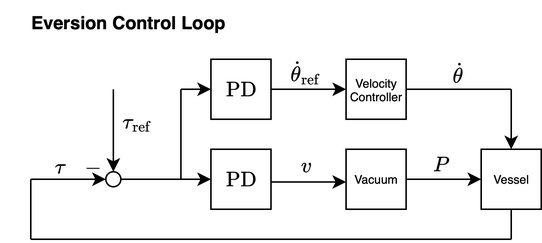
This is docs/images/eversion_control_loop.png from GentleCare-SW/GentleRepo, a draw.io export, as it was before one commit. Source tidied: cells renumbered, new cells last; positions are measured from the earlier drawing's top-left corner, leaving out a move shared by most shapes. Its diagram source:
```xml
<mxGraphModel math="1">
  <root>
    <mxCell id="0" />
    <mxCell id="1" parent="0" />
    <mxCell id="2" value="$$\text{PD}$$" style="rounded=0;whiteSpace=wrap;html=1;" parent="1" vertex="1">
      <mxGeometry x="140" y="100" width="40" height="40" as="geometry" />
    </mxCell>
    <mxCell id="3" style="endArrow=classic;html=1;rounded=0;" parent="1" edge="1">
      <mxGeometry relative="1" as="geometry">
        <mxPoint x="20" y="120" as="sourcePoint" />
        <mxPoint x="70" y="120" as="targetPoint" />
      </mxGeometry>
    </mxCell>
    <mxCell id="4" value="$$\tau$$" style="text;html=1;align=center;verticalAlign=middle;whiteSpace=wrap;rounded=0;" parent="1" vertex="1">
      <mxGeometry x="31" y="101" width="17" height="20" as="geometry" />
    </mxCell>
    <mxCell id="5" style="ellipse;whiteSpace=wrap;html=1;" parent="1" vertex="1">
      <mxGeometry x="70" y="115" width="10" height="10" as="geometry" />
    </mxCell>
    <mxCell id="6" style="endArrow=classic;html=1;rounded=0;" parent="1" edge="1">
      <mxGeometry relative="1" as="geometry">
        <mxPoint x="75" y="60" as="sourcePoint" />
        <mxPoint x="75" y="115" as="targetPoint" />
      </mxGeometry>
    </mxCell>
    <mxCell id="7" value="$$\tau_{\text{ref}}$$" style="text;html=1;align=center;verticalAlign=middle;whiteSpace=wrap;rounded=0;" parent="1" vertex="1">
      <mxGeometry x="78" y="71" width="25" height="20" as="geometry" />
    </mxCell>
    <mxCell id="8" value="$$-$$" style="text;html=1;align=center;verticalAlign=middle;whiteSpace=wrap;rounded=0;" parent="1" vertex="1">
      <mxGeometry x="52" y="107" width="19" height="8" as="geometry" />
    </mxCell>
    <mxCell id="9" style="endArrow=classic;html=1;rounded=0;exitX=1;exitY=0.5;exitDx=0;exitDy=0;" parent="1" edge="1" source="5">
      <mxGeometry relative="1" as="geometry">
        <mxPoint x="140" y="120" as="targetPoint" />
      </mxGeometry>
    </mxCell>
    <mxCell id="10" value="$$\text{PD}$$" style="rounded=0;whiteSpace=wrap;html=1;" parent="1" vertex="1">
      <mxGeometry x="140" y="40" width="40" height="40" as="geometry" />
    </mxCell>
    <mxCell id="11" style="endArrow=none;html=1;rounded=0;endFill=0;" parent="1" edge="1">
      <mxGeometry relative="1" as="geometry">
        <mxPoint x="120" y="120" as="sourcePoint" />
        <mxPoint x="120" y="60" as="targetPoint" />
      </mxGeometry>
    </mxCell>
    <mxCell id="12" style="endArrow=classic;html=1;rounded=0;entryX=0;entryY=0.5;entryDx=0;entryDy=0;" parent="1" edge="1" target="10">
      <mxGeometry relative="1" as="geometry">
        <mxPoint x="120" y="60" as="sourcePoint" />
      </mxGeometry>
    </mxCell>
    <mxCell id="13" style="endArrow=classic;html=1;rounded=0;exitX=1;exitY=0.5;exitDx=0;exitDy=0;" parent="1" edge="1" source="10">
      <mxGeometry relative="1" as="geometry">
        <mxPoint x="230" y="60" as="targetPoint" />
      </mxGeometry>
    </mxCell>
    <mxCell id="14" value="$$\dot{\theta}_{\text{ref}}$$" style="text;html=1;align=center;verticalAlign=middle;whiteSpace=wrap;rounded=0;" parent="1" vertex="1">
      <mxGeometry x="186" y="38" width="34" height="20" as="geometry" />
    </mxCell>
    <mxCell id="15" value="Velocity Controller" style="rounded=0;whiteSpace=wrap;html=1;fontSize=8;" parent="1" vertex="1">
      <mxGeometry x="230" y="40" width="40" height="40" as="geometry" />
    </mxCell>
    <mxCell id="16" style="endArrow=none;html=1;rounded=0;exitX=1;exitY=0.5;exitDx=0;exitDy=0;endFill=0;" parent="1" edge="1" source="15">
      <mxGeometry relative="1" as="geometry">
        <mxPoint x="340" y="60" as="targetPoint" />
      </mxGeometry>
    </mxCell>
    <mxCell id="17" value="$$\dot{\theta}$$" style="text;html=1;align=center;verticalAlign=middle;whiteSpace=wrap;rounded=0;" parent="1" vertex="1">
      <mxGeometry x="287" y="39" width="34" height="20" as="geometry" />
    </mxCell>
    <mxCell id="18" value="Vacuum" style="rounded=0;whiteSpace=wrap;html=1;fontSize=8;" parent="1" vertex="1">
      <mxGeometry x="230" y="100" width="40" height="40" as="geometry" />
    </mxCell>
    <mxCell id="19" style="endArrow=classic;html=1;rounded=0;exitX=1;exitY=0.5;exitDx=0;exitDy=0;" parent="1" edge="1">
      <mxGeometry relative="1" as="geometry">
        <mxPoint x="180" y="121.8" as="sourcePoint" />
        <mxPoint x="230" y="121.8" as="targetPoint" />
      </mxGeometry>
    </mxCell>
    <mxCell id="20" value="$$v$$" style="text;html=1;align=center;verticalAlign=middle;whiteSpace=wrap;rounded=0;" parent="1" vertex="1">
      <mxGeometry x="186" y="99.8" width="34" height="20" as="geometry" />
    </mxCell>
    <mxCell id="21" value="Vessel" style="rounded=0;whiteSpace=wrap;html=1;fontSize=8;" parent="1" vertex="1">
      <mxGeometry x="320" y="100" width="40" height="40" as="geometry" />
    </mxCell>
    <mxCell id="22" style="endArrow=classic;html=1;rounded=0;entryX=0;entryY=0.5;entryDx=0;entryDy=0;exitX=1;exitY=0.5;exitDx=0;exitDy=0;" parent="1" edge="1" source="18" target="21">
      <mxGeometry relative="1" as="geometry" />
    </mxCell>
    <mxCell id="23" value="$$P$$" style="text;html=1;align=center;verticalAlign=middle;whiteSpace=wrap;rounded=0;" parent="1" vertex="1">
      <mxGeometry x="276" y="100" width="34" height="20" as="geometry" />
    </mxCell>
    <mxCell id="24" style="endArrow=classic;html=1;rounded=0;entryX=0.5;entryY=0;entryDx=0;entryDy=0;" parent="1" edge="1" target="21">
      <mxGeometry relative="1" as="geometry">
        <mxPoint x="340" y="60" as="sourcePoint" />
      </mxGeometry>
    </mxCell>
    <mxCell id="25" style="endArrow=none;html=1;rounded=0;exitX=0.5;exitY=1;exitDx=0;exitDy=0;endFill=0;" parent="1" edge="1" source="21">
      <mxGeometry relative="1" as="geometry">
        <mxPoint x="340" y="160" as="targetPoint" />
      </mxGeometry>
    </mxCell>
    <mxCell id="26" style="endArrow=none;html=1;rounded=0;endFill=0;" parent="1" edge="1">
      <mxGeometry relative="1" as="geometry">
        <mxPoint x="340" y="160" as="sourcePoint" />
        <mxPoint x="20" y="160" as="targetPoint" />
      </mxGeometry>
    </mxCell>
    <mxCell id="27" style="endArrow=none;html=1;rounded=0;endFill=0;" parent="1" edge="1">
      <mxGeometry relative="1" as="geometry">
        <mxPoint x="20" y="160" as="sourcePoint" />
        <mxPoint x="20" y="120" as="targetPoint" />
      </mxGeometry>
    </mxCell>
    <mxCell id="28" value="&lt;b&gt;Eversion Control Loop&lt;/b&gt;" style="text;html=1;align=center;verticalAlign=middle;whiteSpace=wrap;rounded=0;" parent="1" vertex="1">
      <mxGeometry width="170" height="30" as="geometry" />
    </mxCell>
  </root>
</mxGraphModel>
```
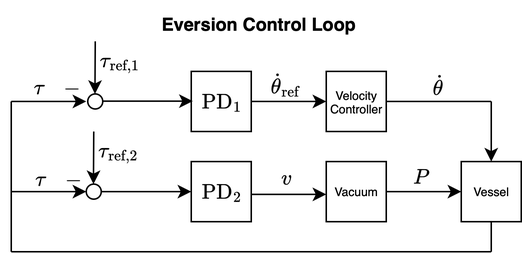
The same file after the commit.

Change to the diagram source:
```diff
@@ -2,7 +2,7 @@
   <root>
     <mxCell id="0" />
     <mxCell id="1" parent="0" />
-    <mxCell id="2" value="$$\text{PD}$$" style="rounded=0;whiteSpace=wrap;html=1;" parent="1" vertex="1">
+    <mxCell id="2" value="$$\text{PD}_2$$" style="rounded=0;whiteSpace=wrap;html=1;" parent="1" vertex="1">
       <mxGeometry x="140" y="100" width="40" height="40" as="geometry" />
     </mxCell>
     <mxCell id="3" style="endArrow=classic;html=1;rounded=0;" parent="1" edge="1">
@@ -19,12 +19,12 @@
     </mxCell>
     <mxCell id="6" style="endArrow=classic;html=1;rounded=0;" parent="1" edge="1">
       <mxGeometry relative="1" as="geometry">
-        <mxPoint x="75" y="60" as="sourcePoint" />
-        <mxPoint x="75" y="115" as="targetPoint" />
+        <mxPoint x="76" y="20" as="sourcePoint" />
+        <mxPoint x="75.8" y="55" as="targetPoint" />
       </mxGeometry>
     </mxCell>
-    <mxCell id="7" value="$$\tau_{\text{ref}}$$" style="text;html=1;align=center;verticalAlign=middle;whiteSpace=wrap;rounded=0;" parent="1" vertex="1">
-      <mxGeometry x="78" y="71" width="25" height="20" as="geometry" />
+    <mxCell id="7" value="$$\tau_{\text{ref},1}$$" style="text;html=1;align=center;verticalAlign=middle;whiteSpace=wrap;rounded=0;" parent="1" vertex="1">
+      <mxGeometry x="80" y="23" width="25" height="20" as="geometry" />
     </mxCell>
     <mxCell id="8" value="$$-$$" style="text;html=1;align=center;verticalAlign=middle;whiteSpace=wrap;rounded=0;" parent="1" vertex="1">
       <mxGeometry x="52" y="107" width="19" height="8" as="geometry" />
@@ -34,20 +34,9 @@
         <mxPoint x="140" y="120" as="targetPoint" />
       </mxGeometry>
     </mxCell>
-    <mxCell id="10" value="$$\text{PD}$$" style="rounded=0;whiteSpace=wrap;html=1;" parent="1" vertex="1">
+    <mxCell id="10" value="$$\text{PD}_1$$" style="rounded=0;whiteSpace=wrap;html=1;" parent="1" vertex="1">
       <mxGeometry x="140" y="40" width="40" height="40" as="geometry" />
     </mxCell>
-    <mxCell id="11" style="endArrow=none;html=1;rounded=0;endFill=0;" parent="1" edge="1">
-      <mxGeometry relative="1" as="geometry">
-        <mxPoint x="120" y="120" as="sourcePoint" />
-        <mxPoint x="120" y="60" as="targetPoint" />
-      </mxGeometry>
-    </mxCell>
-    <mxCell id="12" style="endArrow=classic;html=1;rounded=0;entryX=0;entryY=0.5;entryDx=0;entryDy=0;" parent="1" edge="1" target="10">
-      <mxGeometry relative="1" as="geometry">
-        <mxPoint x="120" y="60" as="sourcePoint" />
-      </mxGeometry>
-    </mxCell>
     <mxCell id="13" style="endArrow=classic;html=1;rounded=0;exitX=1;exitY=0.5;exitDx=0;exitDy=0;" parent="1" edge="1" source="10">
       <mxGeometry relative="1" as="geometry">
         <mxPoint x="230" y="60" as="targetPoint" />
@@ -107,11 +96,41 @@
     <mxCell id="27" style="endArrow=none;html=1;rounded=0;endFill=0;" parent="1" edge="1">
       <mxGeometry relative="1" as="geometry">
         <mxPoint x="20" y="160" as="sourcePoint" />
-        <mxPoint x="20" y="120" as="targetPoint" />
+        <mxPoint x="20" y="60" as="targetPoint" />
       </mxGeometry>
     </mxCell>
     <mxCell id="28" value="&lt;b&gt;Eversion Control Loop&lt;/b&gt;" style="text;html=1;align=center;verticalAlign=middle;whiteSpace=wrap;rounded=0;" parent="1" vertex="1">
-      <mxGeometry width="170" height="30" as="geometry" />
+      <mxGeometry x="100" y="-7" width="170" height="30" as="geometry" />
     </mxCell>
+    <mxCell id="29" style="ellipse;whiteSpace=wrap;html=1;" parent="1" vertex="1">
+      <mxGeometry x="71" y="55" width="10" height="10" as="geometry" />
+    </mxCell>
+    <mxCell id="30" style="endArrow=classic;html=1;rounded=0;exitX=1;exitY=0.5;exitDx=0;exitDy=0;" parent="1" edge="1">
+      <mxGeometry relative="1" as="geometry">
+        <mxPoint x="81" y="59.8" as="sourcePoint" />
+        <mxPoint x="141" y="59.8" as="targetPoint" />
+      </mxGeometry>
+    </mxCell>
+    <mxCell id="31" value="$$\tau_{\text{ref},2}$$" style="text;html=1;align=center;verticalAlign=middle;whiteSpace=wrap;rounded=0;" parent="1" vertex="1">
+      <mxGeometry x="79" y="83" width="25" height="20" as="geometry" />
+    </mxCell>
+    <mxCell id="32" style="endArrow=classic;html=1;rounded=0;" parent="1" edge="1">
+      <mxGeometry relative="1" as="geometry">
+        <mxPoint x="75" y="80" as="sourcePoint" />
+        <mxPoint x="74.8" y="115" as="targetPoint" />
+      </mxGeometry>
+    </mxCell>
+    <mxCell id="33" style="endArrow=classic;html=1;rounded=0;endFill=1;" parent="1" edge="1">
+      <mxGeometry relative="1" as="geometry">
+        <mxPoint x="20" y="60" as="sourcePoint" />
+        <mxPoint x="70" y="60" as="targetPoint" />
+      </mxGeometry>
+    </mxCell>
+    <mxCell id="34" value="$$\tau$$" style="text;html=1;align=center;verticalAlign=middle;whiteSpace=wrap;rounded=0;" parent="1" vertex="1">
+      <mxGeometry x="30" y="40" width="17" height="20" as="geometry" />
+    </mxCell>
+    <mxCell id="35" value="$$-$$" style="text;html=1;align=center;verticalAlign=middle;whiteSpace=wrap;rounded=0;" parent="1" vertex="1">
+      <mxGeometry x="51" y="46" width="19" height="8" as="geometry" />
+    </mxCell>
   </root>
 </mxGraphModel>
```
